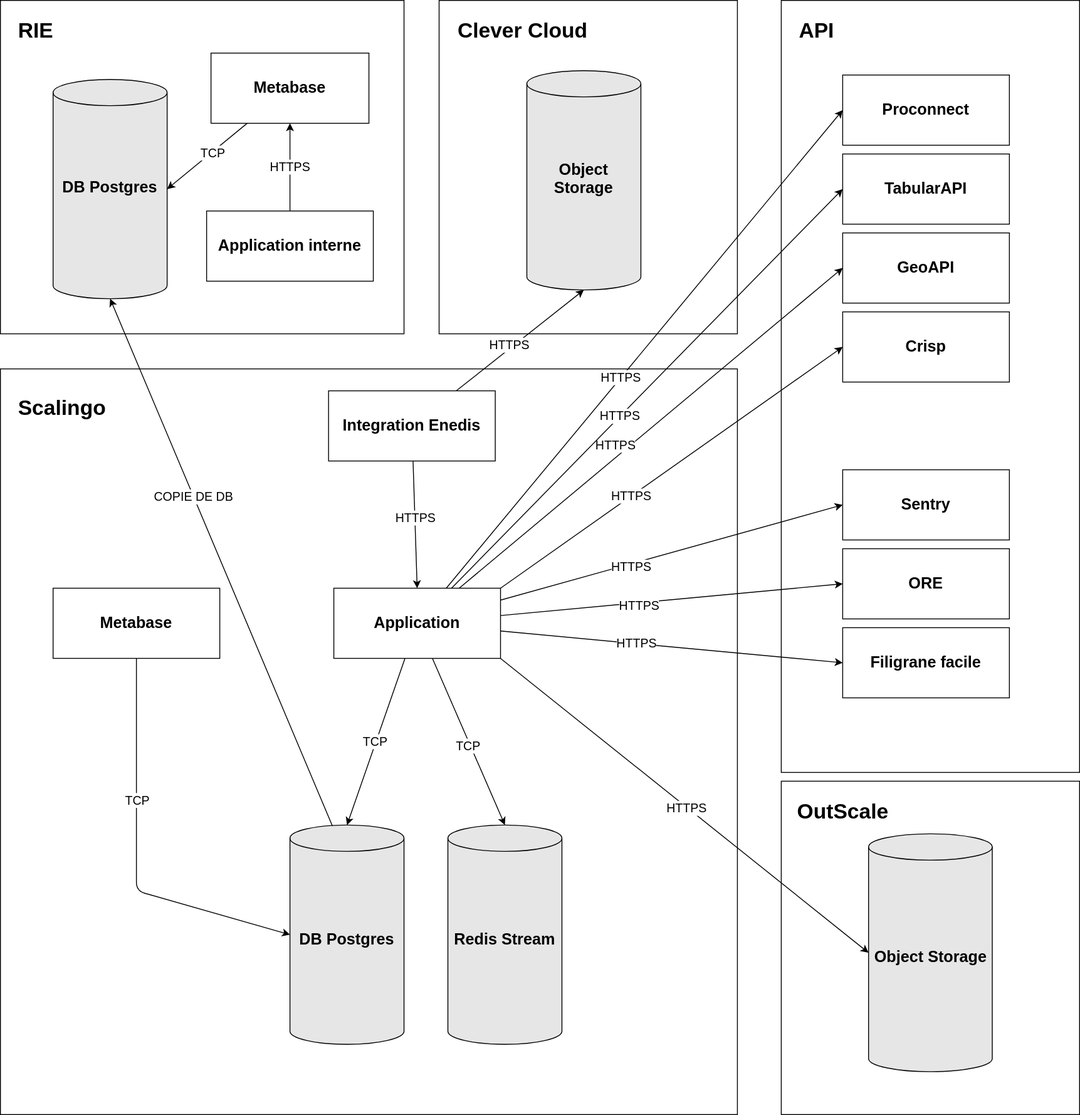
Before: docs/contributing/diagrams/périmètre-technique-SI.drawio.svg, a diagram exported from draw.io (MTES-MCT/potentiel). Source tidied: cells renumbered, new cells last; positions are measured from the earlier drawing's top-left corner, leaving out a move shared by most shapes.
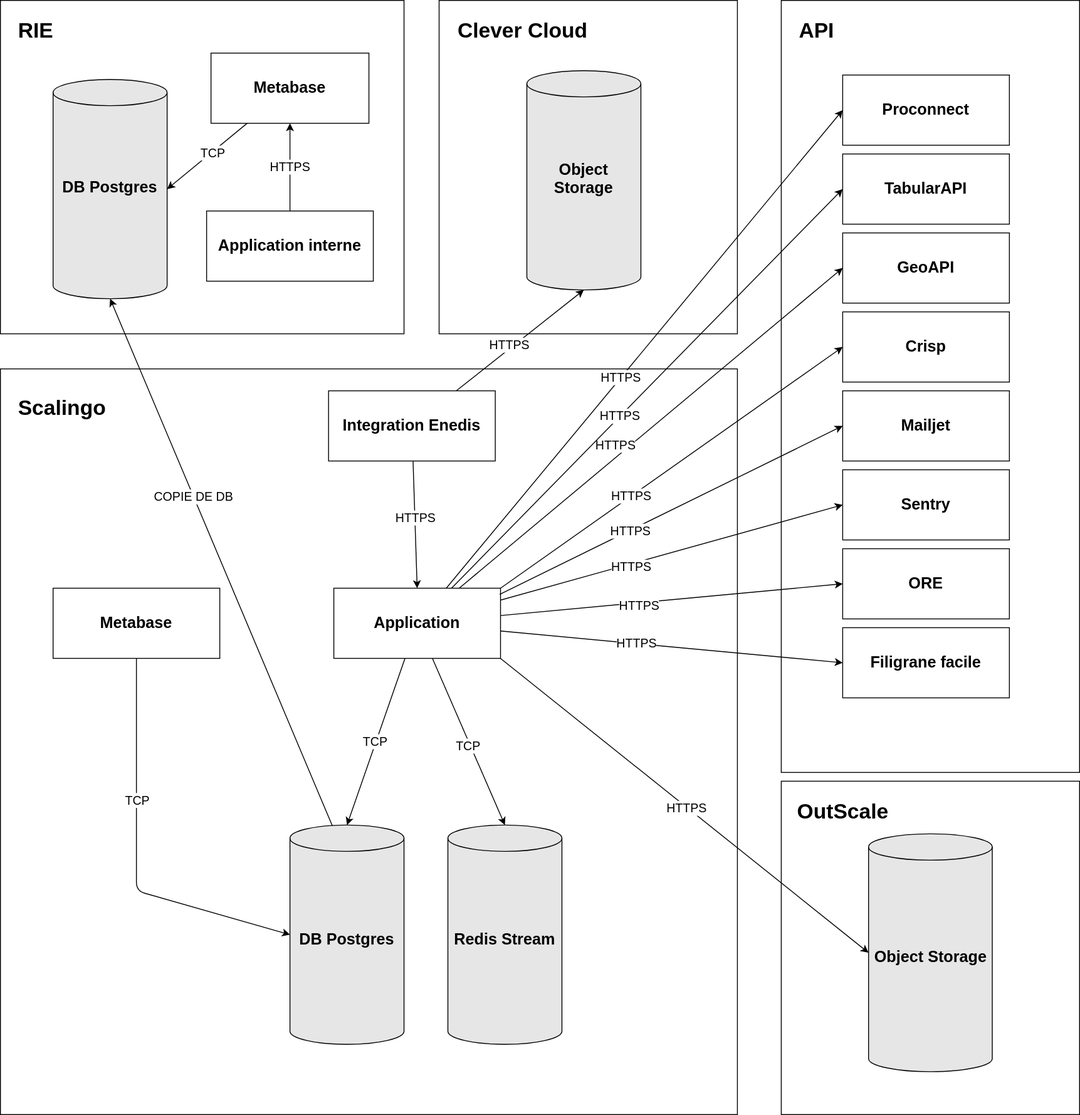
Later version of the same file.

Commit message:
good regex

Change to the diagram source:
```diff
@@ -192,5 +192,16 @@
     <mxCell id="59" value="&lt;h2&gt;Proconnect&lt;/h2&gt;" style="rounded=0;whiteSpace=wrap;html=1;" parent="1" vertex="1">
       <mxGeometry x="960" y="85" width="190" height="80" as="geometry" />
     </mxCell>
+    <mxCell id="60" value="&lt;h2&gt;&lt;font style=&quot;font-size: 18px;&quot;&gt;Mailjet&lt;/font&gt;&lt;/h2&gt;" style="rounded=0;whiteSpace=wrap;html=1;" parent="1" vertex="1">
+      <mxGeometry x="960" y="445" width="190" height="80" as="geometry" />
+    </mxCell>
+    <mxCell id="61" style="edgeStyle=none;html=1;entryX=0;entryY=0.5;entryDx=0;entryDy=0;exitX=0.995;exitY=0.088;exitDx=0;exitDy=0;exitPerimeter=0;" parent="1" edge="1" source="29" target="60">
+      <mxGeometry relative="1" as="geometry" />
+    </mxCell>
+    <mxCell id="62" value="&lt;font style=&quot;font-size: 14px;&quot;&gt;HTTPS&lt;/font&gt;" style="edgeLabel;html=1;align=center;verticalAlign=middle;" parent="61" vertex="1">
+      <mxGeometry x="-0.22" relative="1" as="geometry">
+        <mxPoint x="-4" y="2" as="offset" />
+      </mxGeometry>
+    </mxCell>
   </root>
 </mxGraphModel>
```
